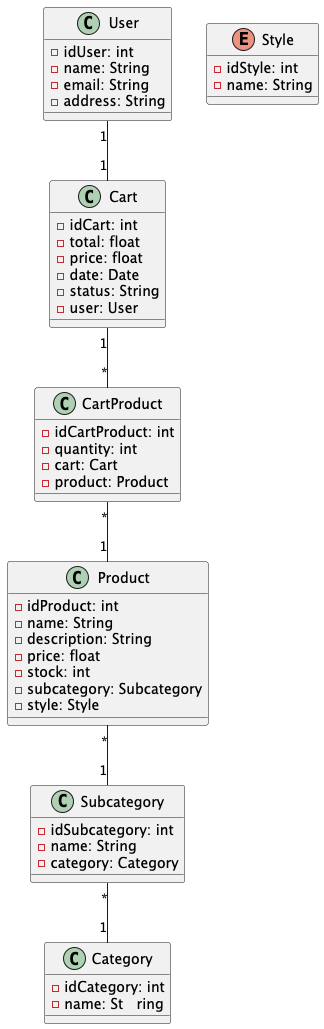
This is docs/nibiru_home-uml.png from Nibiru-Home/tienda-back, a PlantUML export, as it was before one commit. Its diagram source:
```plantuml
@startuml

class User {
    -idUser: int
    -name: String
    -email: String
    -address: String
}


class Cart {
    -idCart: int
    -total: float
    -price: float
    -date: Date
    -status: String
    -user: User
}

class CartProduct {
    -idCartProduct: int
    -quantity: int
    -cart: Cart
    -product: Product
}

class Product {
    -idProduct: int
    -name: String
    -description: String
    -price: float
    -stock: int
    -subcategory: Subcategory
    -style: Style
}

enum Style {
    -idStyle: int
    -name: String
}

class Subcategory {
    -idSubcategory: int
    -name: String
    -category: Category
}

class Category {
    -idCategory: int
    -name: St   ring
}


User "1" -- "1" Cart
Cart "1" -- "*" CartProduct
CartProduct "*" -- "1" Product

Product "*" -- "1" Subcategory
Subcategory "*" -- "1" Category


@enduml
```
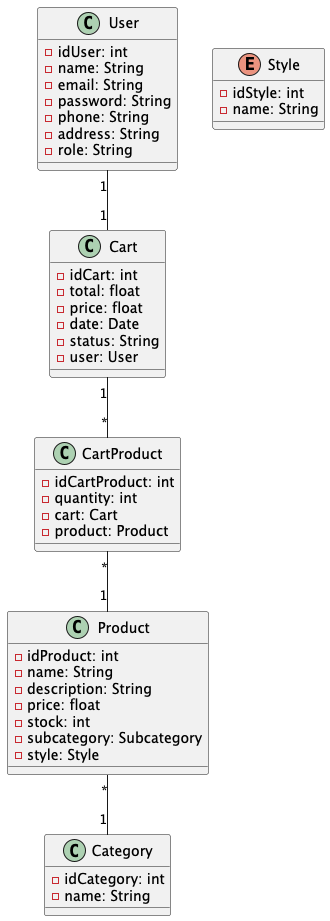
After the commit.

Commit message:
docs(Nibiru-Home/sprints#1):Diagrama UML

What changed in the source:
```diff
@@ -4,7 +4,10 @@
     -idUser: int
     -name: String
     -email: String
+    -password: String
+    -phone: String
     -address: String
+    -role: String
 }
 
 
@@ -39,15 +42,10 @@
     -name: String
 }
 
-class Subcategory {
-    -idSubcategory: int
-    -name: String
-    -category: Category
-}
 
 class Category {
     -idCategory: int
-    -name: St   ring
+    -name: String
 }
 
 
@@ -55,8 +53,6 @@
 Cart "1" -- "*" CartProduct
 CartProduct "*" -- "1" Product
 
-Product "*" -- "1" Subcategory
-Subcategory "*" -- "1" Category
-
+Product "*" -- "1" Category
 
 @enduml
```
